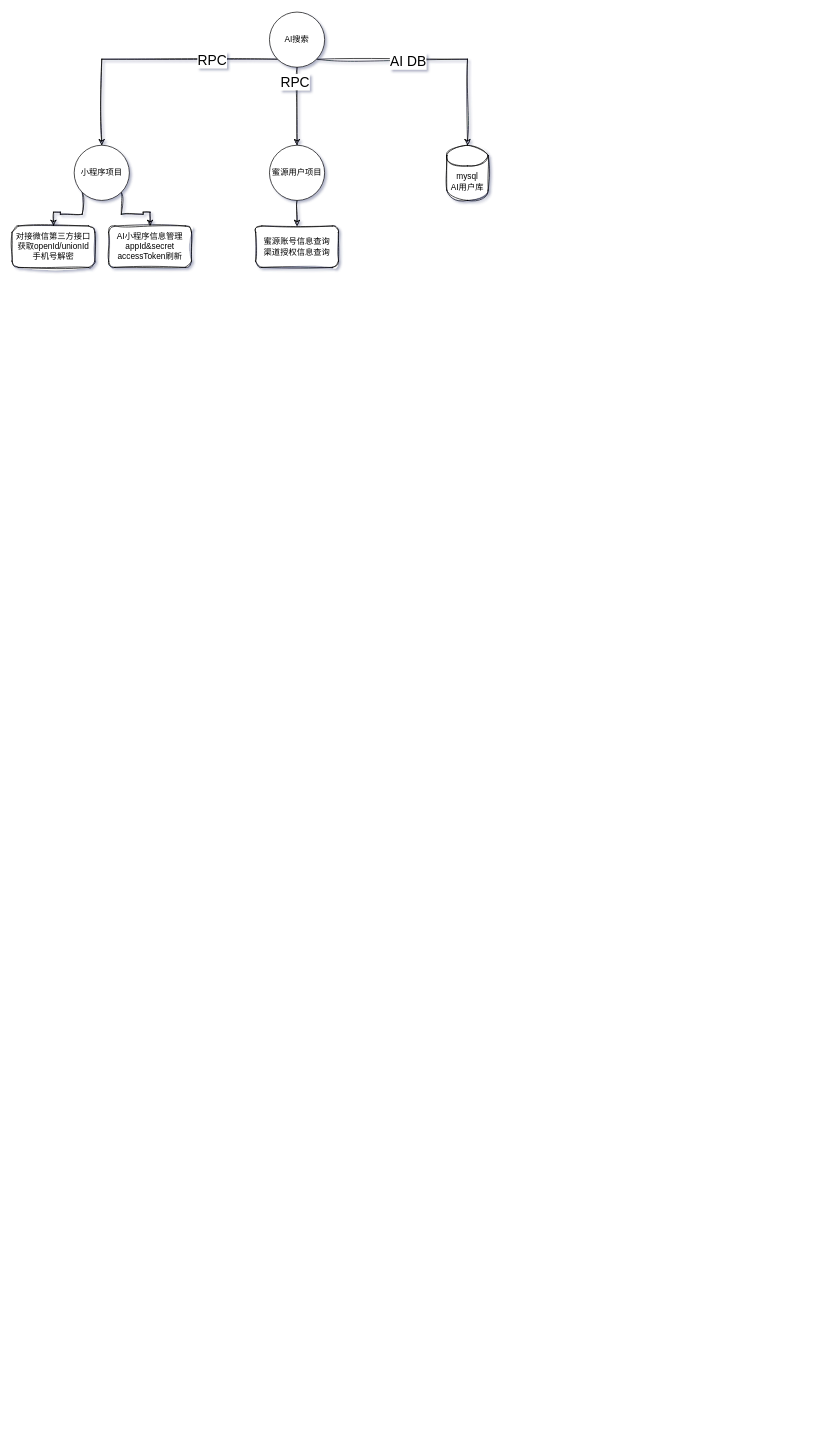
Above: 小程序用户模块技术方案.drawio in zzc1684/draw (draw.io), before the change. Source tidied: cells renumbered, new cells numbered last; positions are measured from the earlier drawing's top-left corner, leaving out a move shared by most shapes. Both pictures are drawn from the tidied source at 69%, with x=0, y=0 at pixel (12, 12).
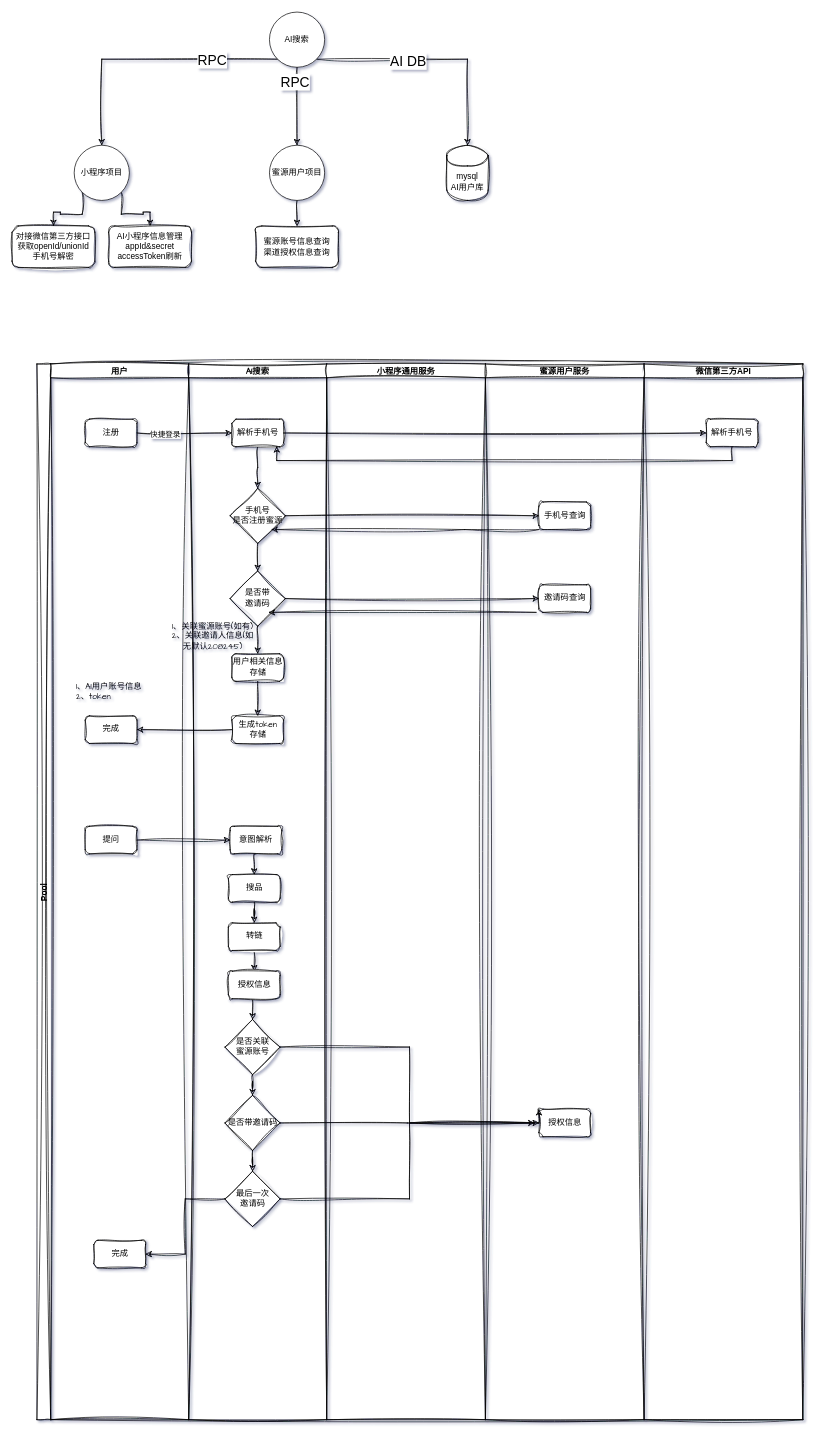
After the change.

Commit message:
更新小程序用户模块技术方案.drawio

The edit, as a diff of the source:
```diff
@@
+    <mxCell id="18" value="Pool" style="swimlane;startSize=20;horizontal=0;sketch=1;hachureGap=4;jiggle=2;curveFitting=1;fontFamily=Helvetica;" parent="1" vertex="1">
+      <mxGeometry x="36" y="510" width="1110" height="1530" as="geometry" />
+    </mxCell>
+    <mxCell id="19" value="用户" style="swimlane;startSize=20;sketch=1;hachureGap=4;jiggle=2;curveFitting=1;fontFamily=Architects Daughter;" parent="18" vertex="1">
+      <mxGeometry x="20" width="200" height="1530" as="geometry" />
+    </mxCell>
+    <mxCell id="20" value="注册" style="rounded=1;whiteSpace=wrap;html=1;sketch=1;hachureGap=4;jiggle=2;curveFitting=1;fontFamily=Architects Daughter;" parent="19" vertex="1">
+      <mxGeometry x="50" y="80" width="75" height="40" as="geometry" />
+    </mxCell>
+    <mxCell id="21" value="完成" style="rounded=1;whiteSpace=wrap;html=1;sketch=1;hachureGap=4;jiggle=2;curveFitting=1;fontFamily=Architects Daughter;" parent="19" vertex="1">
+      <mxGeometry x="50" y="510" width="75" height="40" as="geometry" />
+    </mxCell>
+    <mxCell id="22" value="&lt;div&gt;1、AI用户账号信息&lt;/div&gt;&lt;div&gt;2、token&lt;/div&gt;" style="text;html=1;align=left;verticalAlign=middle;whiteSpace=wrap;rounded=0;fontFamily=Architects Daughter;" parent="19" vertex="1">
+      <mxGeometry x="35" y="460" width="130" height="30" as="geometry" />
+    </mxCell>
+    <mxCell id="23" value="提问" style="rounded=1;whiteSpace=wrap;html=1;sketch=1;hachureGap=4;jiggle=2;curveFitting=1;fontFamily=Architects Daughter;" parent="19" vertex="1">
+      <mxGeometry x="50" y="670" width="75" height="40" as="geometry" />
+    </mxCell>
+    <mxCell id="24" value="完成" style="rounded=1;whiteSpace=wrap;html=1;sketch=1;hachureGap=4;jiggle=2;curveFitting=1;fontFamily=Architects Daughter;" parent="19" vertex="1">
+      <mxGeometry x="62.5" y="1270" width="75" height="40" as="geometry" />
+    </mxCell>
+    <mxCell id="25" value="AI搜索" style="swimlane;startSize=20;sketch=1;hachureGap=4;jiggle=2;curveFitting=1;fontFamily=Architects Daughter;" parent="18" vertex="1">
+      <mxGeometry x="220" width="200" height="1530" as="geometry" />
+    </mxCell>
+    <mxCell id="26" style="edgeStyle=orthogonalEdgeStyle;rounded=0;sketch=1;hachureGap=4;jiggle=2;curveFitting=1;jettySize=auto;html=1;entryX=0.5;entryY=0;entryDx=0;entryDy=0;fontFamily=Architects Daughter;" parent="25" edge="1" source="27">
+      <mxGeometry relative="1" as="geometry">
+        <mxPoint x="100" y="180" as="targetPoint" />
+      </mxGeometry>
+    </mxCell>
+    <mxCell id="27" value="解析手机号" style="rounded=1;whiteSpace=wrap;html=1;sketch=1;hachureGap=4;jiggle=2;curveFitting=1;fontFamily=Architects Daughter;" parent="25" vertex="1">
+      <mxGeometry x="62.5" y="80" width="75" height="40" as="geometry" />
+    </mxCell>
+    <mxCell id="28" style="edgeStyle=orthogonalEdgeStyle;rounded=0;sketch=1;hachureGap=4;jiggle=2;curveFitting=1;jettySize=auto;html=1;fontFamily=Architects Daughter;" parent="25" edge="1" source="29" target="31">
+      <mxGeometry relative="1" as="geometry" />
+    </mxCell>
+    <mxCell id="29" value="&lt;div&gt;手机号&lt;/div&gt;&lt;div&gt;是否注册蜜源&lt;/div&gt;" style="rhombus;whiteSpace=wrap;html=1;sketch=1;hachureGap=4;jiggle=2;curveFitting=1;fontFamily=Architects Daughter;" parent="25" vertex="1">
+      <mxGeometry x="60" y="180" width="80" height="80" as="geometry" />
+    </mxCell>
+    <mxCell id="30" style="edgeStyle=orthogonalEdgeStyle;rounded=0;sketch=1;hachureGap=4;jiggle=2;curveFitting=1;jettySize=auto;html=1;exitX=0.5;exitY=1;exitDx=0;exitDy=0;fontFamily=Architects Daughter;" parent="25" edge="1" source="31" target="33">
+      <mxGeometry relative="1" as="geometry" />
+    </mxCell>
+    <mxCell id="31" value="&lt;div&gt;是否带&lt;/div&gt;&lt;div&gt;邀请码&lt;/div&gt;" style="rhombus;whiteSpace=wrap;html=1;sketch=1;hachureGap=4;jiggle=2;curveFitting=1;fontFamily=Architects Daughter;" parent="25" vertex="1">
+      <mxGeometry x="60" y="300" width="80" height="80" as="geometry" />
+    </mxCell>
+    <mxCell id="32" style="edgeStyle=orthogonalEdgeStyle;rounded=0;sketch=1;hachureGap=4;jiggle=2;curveFitting=1;jettySize=auto;html=1;fontFamily=Architects Daughter;" parent="25" edge="1" source="33" target="34">
+      <mxGeometry relative="1" as="geometry" />
+    </mxCell>
+    <mxCell id="33" value="用户相关信息存储" style="rounded=1;whiteSpace=wrap;html=1;sketch=1;hachureGap=4;jiggle=2;curveFitting=1;fontFamily=Architects Daughter;" parent="25" vertex="1">
+      <mxGeometry x="62.5" y="420" width="75" height="40" as="geometry" />
+    </mxCell>
+    <mxCell id="34" value="&lt;div&gt;生成token&lt;/div&gt;&lt;div&gt;存储&lt;/div&gt;" style="rounded=1;whiteSpace=wrap;html=1;sketch=1;hachureGap=4;jiggle=2;curveFitting=1;fontFamily=Architects Daughter;" parent="25" vertex="1">
+      <mxGeometry x="62.5" y="510" width="75" height="40" as="geometry" />
+    </mxCell>
+    <mxCell id="35" value="&lt;div&gt;1、关联蜜源账号(如有)&lt;/div&gt;&lt;div&gt;2、关联邀请人信息(如无默认208245)&lt;/div&gt;" style="text;html=1;align=center;verticalAlign=middle;whiteSpace=wrap;rounded=0;fontFamily=Architects Daughter;" parent="25" vertex="1">
+      <mxGeometry x="-30" y="380" width="130" height="30" as="geometry" />
+    </mxCell>
+    <mxCell id="36" style="edgeStyle=orthogonalEdgeStyle;rounded=0;sketch=1;hachureGap=4;jiggle=2;curveFitting=1;jettySize=auto;html=1;exitX=0.5;exitY=1;exitDx=0;exitDy=0;entryX=0.5;entryY=0;entryDx=0;entryDy=0;fontFamily=Architects Daughter;" parent="25" edge="1" source="37" target="39">
+      <mxGeometry relative="1" as="geometry" />
+    </mxCell>
+    <mxCell id="37" value="意图解析" style="rounded=1;whiteSpace=wrap;html=1;sketch=1;hachureGap=4;jiggle=2;curveFitting=1;fontFamily=Architects Daughter;" parent="25" vertex="1">
+      <mxGeometry x="60" y="670" width="75" height="40" as="geometry" />
+    </mxCell>
+    <mxCell id="38" style="edgeStyle=orthogonalEdgeStyle;rounded=0;sketch=1;hachureGap=4;jiggle=2;curveFitting=1;jettySize=auto;html=1;entryX=0.5;entryY=0;entryDx=0;entryDy=0;fontFamily=Architects Daughter;" parent="25" edge="1" source="39" target="41">
+      <mxGeometry relative="1" as="geometry" />
+    </mxCell>
+    <mxCell id="39" value="搜品" style="rounded=1;whiteSpace=wrap;html=1;sketch=1;hachureGap=4;jiggle=2;curveFitting=1;fontFamily=Architects Daughter;" parent="25" vertex="1">
+      <mxGeometry x="57.5" y="740" width="75" height="40" as="geometry" />
+    </mxCell>
+    <mxCell id="40" style="edgeStyle=orthogonalEdgeStyle;rounded=0;sketch=1;hachureGap=4;jiggle=2;curveFitting=1;jettySize=auto;html=1;exitX=0.5;exitY=1;exitDx=0;exitDy=0;entryX=0.5;entryY=0;entryDx=0;entryDy=0;fontFamily=Architects Daughter;" parent="25" edge="1" source="41" target="43">
+      <mxGeometry relative="1" as="geometry" />
+    </mxCell>
+    <mxCell id="41" value="转链" style="rounded=1;whiteSpace=wrap;html=1;sketch=1;hachureGap=4;jiggle=2;curveFitting=1;fontFamily=Architects Daughter;" parent="25" vertex="1">
+      <mxGeometry x="57.5" y="810" width="75" height="40" as="geometry" />
+    </mxCell>
+    <mxCell id="42" style="edgeStyle=orthogonalEdgeStyle;rounded=0;sketch=1;hachureGap=4;jiggle=2;curveFitting=1;jettySize=auto;html=1;exitX=0.5;exitY=1;exitDx=0;exitDy=0;entryX=0.5;entryY=0;entryDx=0;entryDy=0;fontFamily=Architects Daughter;" parent="25" edge="1" source="43" target="45">
+      <mxGeometry relative="1" as="geometry" />
+    </mxCell>
+    <mxCell id="43" value="授权信息" style="rounded=1;whiteSpace=wrap;html=1;sketch=1;hachureGap=4;jiggle=2;curveFitting=1;fontFamily=Architects Daughter;" parent="25" vertex="1">
+      <mxGeometry x="57.5" y="880" width="75" height="40" as="geometry" />
+    </mxCell>
+    <mxCell id="44" style="edgeStyle=orthogonalEdgeStyle;rounded=0;sketch=1;hachureGap=4;jiggle=2;curveFitting=1;jettySize=auto;html=1;entryX=0.5;entryY=0;entryDx=0;entryDy=0;fontFamily=Architects Daughter;" parent="25" edge="1" source="45" target="48">
+      <mxGeometry relative="1" as="geometry" />
+    </mxCell>
+    <mxCell id="45" value="&lt;div&gt;是否关联&lt;/div&gt;&lt;div&gt;蜜源账号&lt;/div&gt;" style="rhombus;whiteSpace=wrap;html=1;sketch=1;hachureGap=4;jiggle=2;curveFitting=1;fontFamily=Architects Daughter;" parent="25" vertex="1">
+      <mxGeometry x="52.5" y="950" width="80" height="80" as="geometry" />
+    </mxCell>
+    <mxCell id="46" style="edgeStyle=orthogonalEdgeStyle;rounded=0;sketch=1;hachureGap=4;jiggle=2;curveFitting=1;jettySize=auto;html=1;entryX=0.5;entryY=0;entryDx=0;entryDy=0;fontFamily=Architects Daughter;" parent="25" edge="1" source="48" target="49">
+      <mxGeometry relative="1" as="geometry" />
+    </mxCell>
+    <mxCell id="47" style="edgeStyle=orthogonalEdgeStyle;rounded=0;sketch=1;hachureGap=4;jiggle=2;curveFitting=1;jettySize=auto;html=1;fontFamily=Architects Daughter;" parent="25" edge="1" source="48">
+      <mxGeometry relative="1" as="geometry">
+        <mxPoint x="501" y="1100" as="targetPoint" />
+      </mxGeometry>
+    </mxCell>
+    <mxCell id="48" value="是否带邀请码" style="rhombus;whiteSpace=wrap;html=1;sketch=1;hachureGap=4;jiggle=2;curveFitting=1;fontFamily=Architects Daughter;" parent="25" vertex="1">
+      <mxGeometry x="52.5" y="1060" width="80" height="80" as="geometry" />
+    </mxCell>
+    <mxCell id="49" value="&lt;div&gt;最后一次&lt;/div&gt;&lt;div&gt;邀请码&lt;/div&gt;" style="rhombus;whiteSpace=wrap;html=1;sketch=1;hachureGap=4;jiggle=2;curveFitting=1;fontFamily=Architects Daughter;" parent="25" vertex="1">
+      <mxGeometry x="52.5" y="1170" width="80" height="80" as="geometry" />
+    </mxCell>
+    <mxCell id="50" value="小程序通用服务" style="swimlane;startSize=20;sketch=1;hachureGap=4;jiggle=2;curveFitting=1;fontFamily=Helvetica;" parent="18" vertex="1">
+      <mxGeometry x="420" width="230" height="1530" as="geometry" />
+    </mxCell>
+    <mxCell id="51" style="edgeStyle=orthogonalEdgeStyle;rounded=0;sketch=1;hachureGap=4;jiggle=2;curveFitting=1;orthogonalLoop=1;jettySize=auto;html=1;exitX=0;exitY=1;exitDx=0;exitDy=0;entryX=1;entryY=1;entryDx=0;entryDy=0;fontFamily=Architects Daughter;" parent="50" edge="1">
+      <mxGeometry relative="1" as="geometry">
+        <mxPoint x="303.5" y="360" as="sourcePoint" />
+        <mxPoint x="-84" y="360" as="targetPoint" />
+      </mxGeometry>
+    </mxCell>
+    <mxCell id="52" value="蜜源用户服务" style="swimlane;startSize=20;sketch=1;hachureGap=4;jiggle=2;curveFitting=1;fontFamily=Helvetica;" parent="18" vertex="1">
+      <mxGeometry x="650" width="230" height="1530" as="geometry" />
+    </mxCell>
+    <mxCell id="53" value="手机号查询" style="rounded=1;whiteSpace=wrap;html=1;sketch=1;hachureGap=4;jiggle=2;curveFitting=1;fontFamily=Architects Daughter;" parent="52" vertex="1">
+      <mxGeometry x="77.5" y="200" width="75" height="40" as="geometry" />
+    </mxCell>
+    <mxCell id="54" value="邀请码查询" style="rounded=1;whiteSpace=wrap;html=1;sketch=1;hachureGap=4;jiggle=2;curveFitting=1;fontFamily=Architects Daughter;" parent="52" vertex="1">
+      <mxGeometry x="77.5" y="320" width="75" height="40" as="geometry" />
+    </mxCell>
+    <mxCell id="55" value="授权信息" style="rounded=1;whiteSpace=wrap;html=1;sketch=1;hachureGap=4;jiggle=2;curveFitting=1;fontFamily=Architects Daughter;" parent="52" vertex="1">
+      <mxGeometry x="77.5" y="1080" width="75" height="40" as="geometry" />
+    </mxCell>
+    <mxCell id="56" value="微信第三方API" style="swimlane;startSize=20;sketch=1;hachureGap=4;jiggle=2;curveFitting=1;fontFamily=Helvetica;" parent="18" vertex="1">
+      <mxGeometry x="880" width="230" height="1530" as="geometry" />
+    </mxCell>
+    <mxCell id="57" value="解析手机号" style="rounded=1;whiteSpace=wrap;html=1;sketch=1;hachureGap=4;jiggle=2;curveFitting=1;fontFamily=Architects Daughter;" parent="56" vertex="1">
+      <mxGeometry x="90" y="80" width="75" height="40" as="geometry" />
+    </mxCell>
+    <mxCell id="58" style="edgeStyle=orthogonalEdgeStyle;rounded=0;sketch=1;hachureGap=4;jiggle=2;curveFitting=1;jettySize=auto;html=1;exitX=1;exitY=0.5;exitDx=0;exitDy=0;fontFamily=Architects Daughter;" parent="18" edge="1" source="20" target="27">
+      <mxGeometry relative="1" as="geometry" />
+    </mxCell>
+    <mxCell id="59" value="快捷登录" style="edgeLabel;html=1;align=center;verticalAlign=middle;sketch=1;hachureGap=4;jiggle=2;curveFitting=1;fontFamily=Architects Daughter;" parent="58" vertex="1">
+      <mxGeometry x="-0.42" y="-1" relative="1" as="geometry" />
+    </mxCell>
+    <mxCell id="60" style="edgeStyle=orthogonalEdgeStyle;rounded=0;sketch=1;hachureGap=4;jiggle=2;curveFitting=1;jettySize=auto;html=1;fontFamily=Architects Daughter;" parent="18" edge="1" source="27" target="57">
+      <mxGeometry relative="1" as="geometry" />
+    </mxCell>
+    <mxCell id="61" style="edgeStyle=orthogonalEdgeStyle;rounded=0;sketch=1;hachureGap=4;jiggle=2;curveFitting=1;jettySize=auto;html=1;exitX=0.5;exitY=1;exitDx=0;exitDy=0;entryX=0.868;entryY=0.983;entryDx=0;entryDy=0;entryPerimeter=0;fontFamily=Architects Daughter;" parent="18" edge="1" source="57" target="27">
+      <mxGeometry relative="1" as="geometry" />
+    </mxCell>
+    <mxCell id="62" style="edgeStyle=orthogonalEdgeStyle;rounded=0;sketch=1;hachureGap=4;jiggle=2;curveFitting=1;jettySize=auto;html=1;exitX=1;exitY=0.5;exitDx=0;exitDy=0;entryX=0;entryY=0.5;entryDx=0;entryDy=0;fontFamily=Architects Daughter;" parent="18" edge="1" source="29" target="53">
+      <mxGeometry relative="1" as="geometry" />
+    </mxCell>
+    <mxCell id="63" style="edgeStyle=orthogonalEdgeStyle;rounded=0;sketch=1;hachureGap=4;jiggle=2;curveFitting=1;jettySize=auto;html=1;fontFamily=Architects Daughter;" parent="18" edge="1" source="31" target="54">
+      <mxGeometry relative="1" as="geometry" />
+    </mxCell>
+    <mxCell id="64" style="edgeStyle=orthogonalEdgeStyle;rounded=0;sketch=1;hachureGap=4;jiggle=2;curveFitting=1;jettySize=auto;html=1;exitX=0;exitY=1;exitDx=0;exitDy=0;entryX=1;entryY=1;entryDx=0;entryDy=0;fontFamily=Architects Daughter;" parent="18" edge="1" source="53" target="29">
+      <mxGeometry relative="1" as="geometry">
+        <Array as="points">
+          <mxPoint x="620" y="240" />
+          <mxPoint x="620" y="240" />
+        </Array>
+      </mxGeometry>
+    </mxCell>
+    <mxCell id="65" style="edgeStyle=orthogonalEdgeStyle;rounded=0;sketch=1;hachureGap=4;jiggle=2;curveFitting=1;jettySize=auto;html=1;fontFamily=Architects Daughter;" parent="18" edge="1" source="34" target="21">
+      <mxGeometry relative="1" as="geometry" />
+    </mxCell>
+    <mxCell id="66" style="edgeStyle=orthogonalEdgeStyle;rounded=0;sketch=1;hachureGap=4;jiggle=2;curveFitting=1;jettySize=auto;html=1;fontFamily=Architects Daughter;" parent="18" edge="1" source="23" target="37">
+      <mxGeometry relative="1" as="geometry" />
+    </mxCell>
+    <mxCell id="67" style="edgeStyle=orthogonalEdgeStyle;rounded=0;sketch=1;hachureGap=4;jiggle=2;curveFitting=1;jettySize=auto;html=1;entryX=0;entryY=0.5;entryDx=0;entryDy=0;fontFamily=Architects Daughter;" parent="18" edge="1" source="45" target="55">
+      <mxGeometry relative="1" as="geometry" />
+    </mxCell>
+    <mxCell id="68" style="edgeStyle=orthogonalEdgeStyle;rounded=0;sketch=1;hachureGap=4;jiggle=2;curveFitting=1;jettySize=auto;html=1;entryX=0;entryY=0;entryDx=0;entryDy=0;fontFamily=Architects Daughter;" parent="18" edge="1" source="49" target="55">
+      <mxGeometry relative="1" as="geometry">
+        <Array as="points">
+          <mxPoint x="540" y="1210" />
+          <mxPoint x="540" y="1100" />
+          <mxPoint x="728" y="1100" />
+        </Array>
+      </mxGeometry>
+    </mxCell>
+    <mxCell id="69" style="edgeStyle=orthogonalEdgeStyle;rounded=0;sketch=1;hachureGap=4;jiggle=2;curveFitting=1;jettySize=auto;html=1;entryX=1;entryY=0.5;entryDx=0;entryDy=0;fontFamily=Architects Daughter;" parent="18" edge="1" source="49" target="24">
+      <mxGeometry relative="1" as="geometry" />
+    </mxCell>
```
